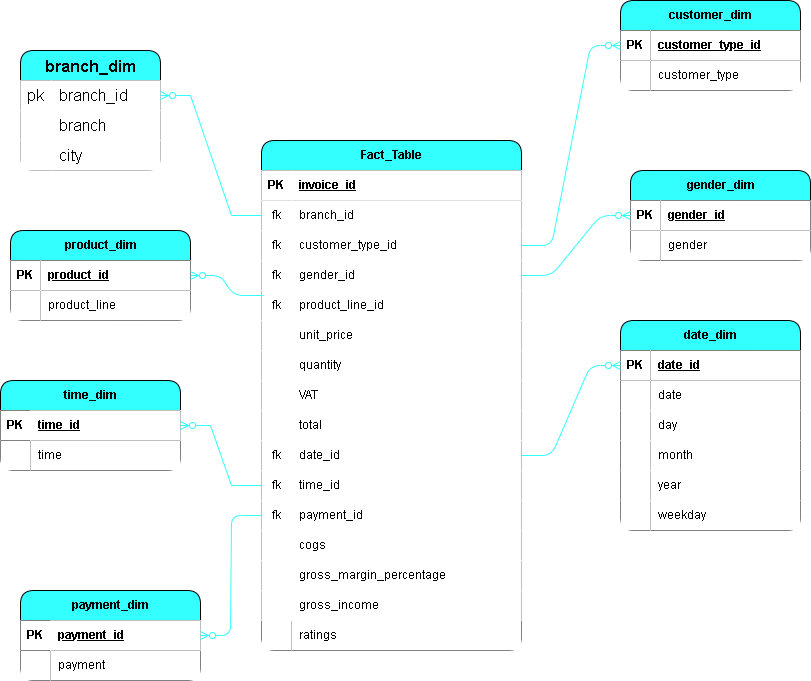
The draw.io diagram WalmartModel.drawio.png in kayikalvin/Walmart-DataAnalysis, before a commit. Source tidied: cells renumbered, new cells last; positions are measured from the earlier drawing's top-left corner, leaving out a move shared by most shapes.
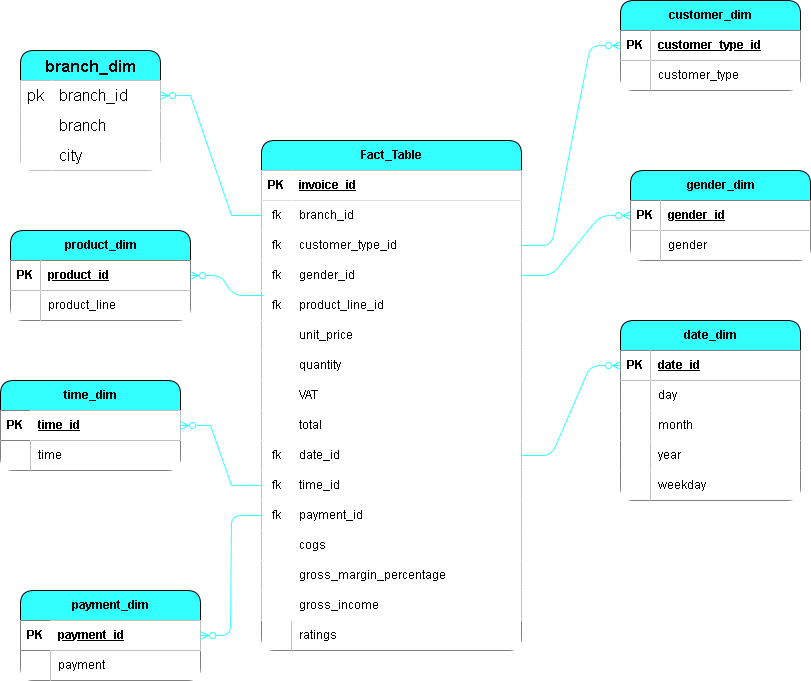
After the change.

The edit, as a diff of the source:
```diff
@@ -255,7 +255,7 @@
       <mxGeometry relative="1" as="geometry" />
     </mxCell>
     <mxCell id="86" value="date_dim" style="shape=table;startSize=30;rowLines=0;fontStyle=1;align=center;html=1;labelBackgroundColor=none;rounded=1;swimlaneFillColor=none;fillColor=#33FFFF;" parent="1" vertex="1">
-      <mxGeometry x="620" y="320" width="180" height="210" as="geometry" />
+      <mxGeometry x="620" y="320" width="180" height="180" as="geometry" />
     </mxCell>
     <mxCell id="87" style="shape=tableRow;horizontal=0;startSize=0;swimlaneHead=0;swimlaneBody=0;fillColor=none;points=[[0,0.5],[1,0.5]];portConstraint=eastwest;top=0;left=0;right=0;bottom=1;labelBackgroundColor=none;rounded=1;" parent="86" vertex="1">
       <mxGeometry y="30" width="180" height="30" as="geometry" />
@@ -266,17 +266,8 @@
     <mxCell id="89" value="date_id" style="shape=partialRectangle;top=0;left=0;bottom=0;right=0;align=left;spacingLeft=6;fontStyle=5;overflow=hidden;whiteSpace=wrap;html=1;labelBackgroundColor=none;rounded=1;" parent="87" vertex="1">
       <mxGeometry x="30" width="150" height="30" as="geometry" />
     </mxCell>
-    <mxCell id="90" style="shape=tableRow;horizontal=0;startSize=0;swimlaneHead=0;swimlaneBody=0;fillColor=none;top=0;left=0;right=0;bottom=0;labelBackgroundColor=none;rounded=1;" parent="86" vertex="1">
-      <mxGeometry y="60" width="180" height="30" as="geometry" />
-    </mxCell>
-    <mxCell id="91" style="shape=partialRectangle;top=0;left=0;bottom=0;right=0;overflow=hidden;whiteSpace=wrap;html=1;shadow=0;labelBackgroundColor=none;rounded=1;" parent="90" vertex="1">
-      <mxGeometry width="30" height="30" as="geometry" />
-    </mxCell>
-    <mxCell id="92" value="date" style="shape=partialRectangle;top=0;left=0;bottom=0;right=0;align=left;spacingLeft=6;overflow=hidden;whiteSpace=wrap;html=1;labelBackgroundColor=none;rounded=1;" parent="90" vertex="1">
-      <mxGeometry x="30" width="150" height="30" as="geometry" />
-    </mxCell>
     <mxCell id="93" style="shape=tableRow;horizontal=0;startSize=0;swimlaneHead=0;swimlaneBody=0;fillColor=none;top=0;left=0;right=0;bottom=0;labelBackgroundColor=none;rounded=1;" parent="86" vertex="1">
-      <mxGeometry y="90" width="180" height="30" as="geometry" />
+      <mxGeometry y="60" width="180" height="30" as="geometry" />
     </mxCell>
     <mxCell id="94" style="shape=partialRectangle;top=0;left=0;bottom=0;right=0;overflow=hidden;whiteSpace=wrap;html=1;shadow=0;labelBackgroundColor=none;rounded=1;" parent="93" vertex="1">
       <mxGeometry width="30" height="30" as="geometry" />
@@ -285,7 +276,7 @@
       <mxGeometry x="30" width="150" height="30" as="geometry" />
     </mxCell>
     <mxCell id="96" style="shape=tableRow;horizontal=0;startSize=0;swimlaneHead=0;swimlaneBody=0;fillColor=none;top=0;left=0;right=0;bottom=0;labelBackgroundColor=none;rounded=1;" parent="86" vertex="1">
-      <mxGeometry y="120" width="180" height="30" as="geometry" />
+      <mxGeometry y="90" width="180" height="30" as="geometry" />
     </mxCell>
     <mxCell id="97" style="shape=partialRectangle;top=0;left=0;bottom=0;right=0;overflow=hidden;whiteSpace=wrap;html=1;shadow=0;labelBackgroundColor=none;rounded=1;" parent="96" vertex="1">
       <mxGeometry width="30" height="30" as="geometry" />
@@ -294,7 +285,7 @@
       <mxGeometry x="30" width="150" height="30" as="geometry" />
     </mxCell>
     <mxCell id="99" style="shape=tableRow;horizontal=0;startSize=0;swimlaneHead=0;swimlaneBody=0;fillColor=none;top=0;left=0;right=0;bottom=0;labelBackgroundColor=none;rounded=1;" parent="86" vertex="1">
-      <mxGeometry y="150" width="180" height="30" as="geometry" />
+      <mxGeometry y="120" width="180" height="30" as="geometry" />
     </mxCell>
     <mxCell id="100" style="shape=partialRectangle;top=0;left=0;bottom=0;right=0;overflow=hidden;whiteSpace=wrap;html=1;shadow=0;labelBackgroundColor=none;rounded=1;" parent="99" vertex="1">
       <mxGeometry width="30" height="30" as="geometry" />
@@ -303,7 +294,7 @@
       <mxGeometry x="30" width="150" height="30" as="geometry" />
     </mxCell>
     <mxCell id="102" style="shape=tableRow;horizontal=0;startSize=0;swimlaneHead=0;swimlaneBody=0;fillColor=none;top=0;left=0;right=0;bottom=0;labelBackgroundColor=none;rounded=1;" parent="86" vertex="1">
-      <mxGeometry y="180" width="180" height="30" as="geometry" />
+      <mxGeometry y="150" width="180" height="30" as="geometry" />
     </mxCell>
     <mxCell id="103" style="shape=partialRectangle;top=0;left=0;bottom=0;right=0;overflow=hidden;whiteSpace=wrap;html=1;shadow=0;labelBackgroundColor=none;rounded=1;" parent="102" vertex="1">
       <mxGeometry width="30" height="30" as="geometry" />
```
